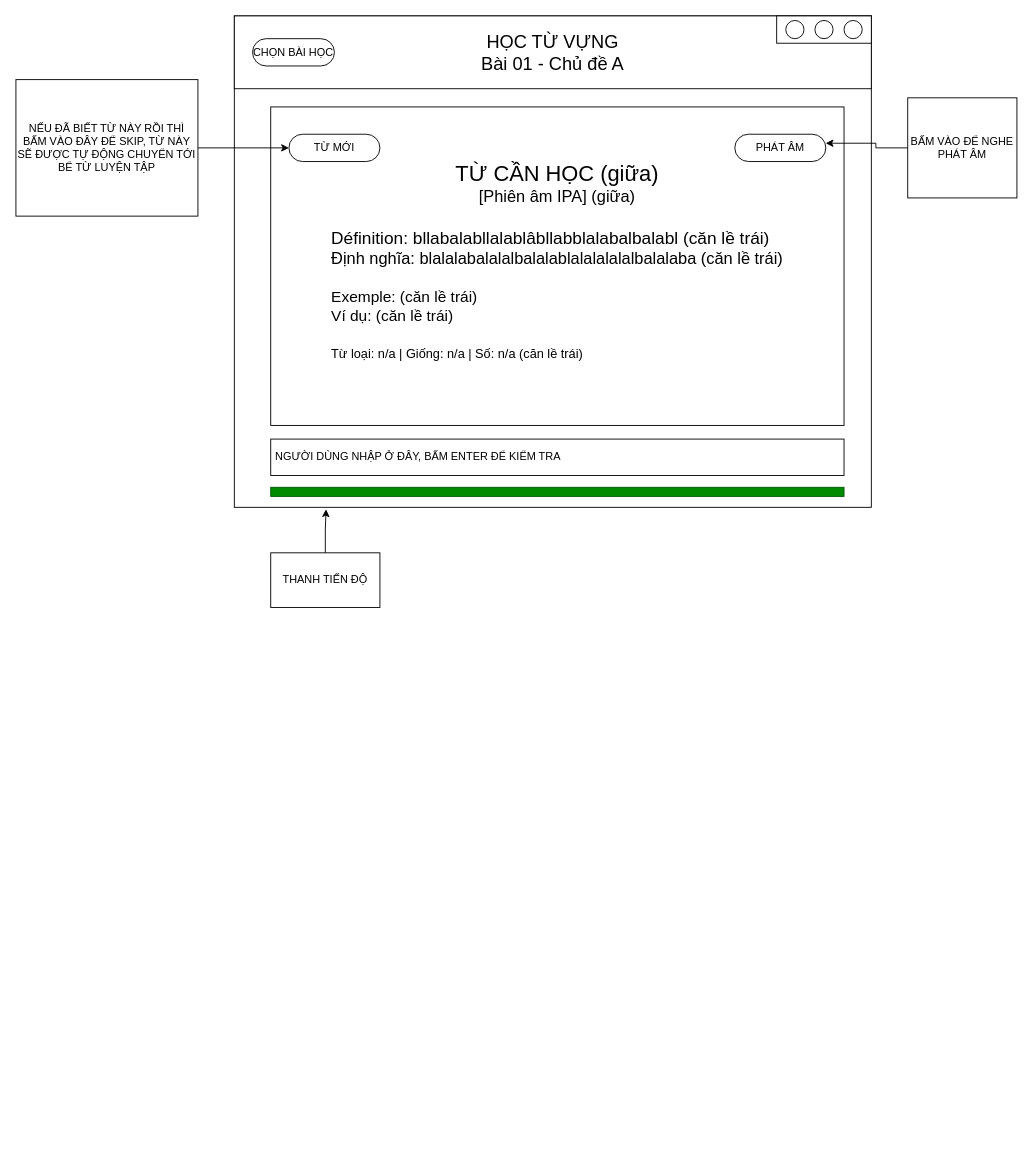
Earlier version of the draw.io diagram page "Học từ vựng (3)" (12 of 17) of GUI.drawio (Tran-Long-Vu/AppVocabFR). Source tidied: cells renumbered, new cells numbered last; positions are measured from the earlier drawing's top-left corner, leaving out a move shared by most shapes. Both pictures are drawn from the tidied source at 91%, with x=0, y=0 at pixel (15, 15).
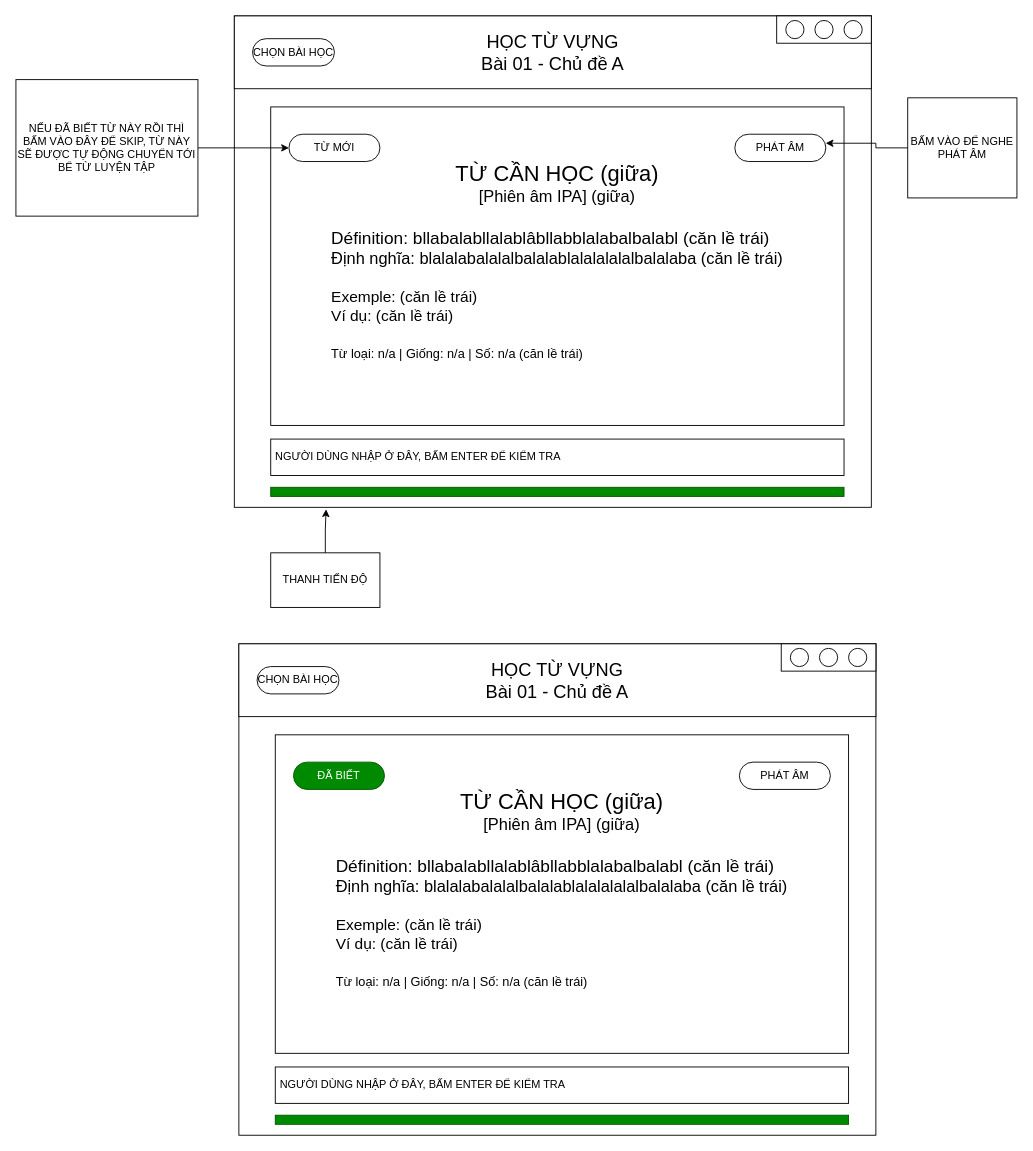
After the change.

Change to the diagram source:
```diff
@@
+    <mxCell id="22" style="rounded=0;whiteSpace=wrap;html=1;" parent="1" vertex="1">
+      <mxGeometry x="245" y="690" width="700" height="540" as="geometry" />
+    </mxCell>
+    <mxCell id="23" value="&lt;font style=&quot;font-size: 20px;&quot;&gt;HỌC TỪ VỰNG&lt;/font&gt;&lt;div&gt;&lt;font style=&quot;font-size: 20px;&quot;&gt;Bài 01 - Chủ đề A&lt;/font&gt;&lt;/div&gt;" style="rounded=0;whiteSpace=wrap;html=1;" parent="1" vertex="1">
+      <mxGeometry x="245" y="690" width="700" height="80" as="geometry" />
+    </mxCell>
+    <mxCell id="24" value="&lt;div&gt;&lt;font style=&quot;font-size: 16px;&quot;&gt;&lt;br&gt;&lt;/font&gt;&lt;/div&gt;&lt;font style=&quot;&quot;&gt;&lt;div style=&quot;font-size: 16px;&quot;&gt;&lt;font style=&quot;font-size: 16px;&quot;&gt;&lt;br&gt;&lt;/font&gt;&lt;/div&gt;&lt;font style=&quot;&quot;&gt;&lt;div style=&quot;&quot;&gt;&lt;br&gt;&lt;/div&gt;&lt;div style=&quot;&quot;&gt;&lt;span style=&quot;background-color: transparent; color: light-dark(rgb(0, 0, 0), rgb(255, 255, 255));&quot;&gt;&lt;font style=&quot;font-size: 24px;&quot;&gt;TỪ CẦN HỌC (giữa)&lt;/font&gt;&lt;/span&gt;&lt;/div&gt;&lt;/font&gt;&lt;/font&gt;&lt;div style=&quot;&quot;&gt;&lt;font style=&quot;&quot;&gt;&lt;font style=&quot;font-size: 18px;&quot;&gt;[Phiên âm IPA] (giữa)&lt;/font&gt;&lt;/font&gt;&lt;/div&gt;&lt;div style=&quot;&quot;&gt;&lt;font style=&quot;&quot;&gt;&lt;font style=&quot;font-size: 20px;&quot;&gt;&lt;br&gt;&lt;/font&gt;&lt;/font&gt;&lt;/div&gt;&lt;div style=&quot;text-align: left;&quot;&gt;&lt;font style=&quot;&quot;&gt;&lt;font style=&quot;font-size: 19px;&quot;&gt;Définition: bllabalabllalablâbllabblalabalbalabl (căn lề trái)&lt;/font&gt;&lt;/font&gt;&lt;/div&gt;&lt;div style=&quot;&quot;&gt;&lt;font style=&quot;font-size: 18px;&quot;&gt;Định nghĩa: blalalabalalalbalalablalalalalalbalalaba (căn lề trái)&lt;/font&gt;&lt;/div&gt;&lt;div style=&quot;&quot;&gt;&lt;font style=&quot;font-size: 18px;&quot;&gt;&lt;br&gt;&lt;/font&gt;&lt;/div&gt;&lt;div style=&quot;text-align: left;&quot;&gt;&lt;font style=&quot;font-size: 17px;&quot;&gt;Exemple: (căn lề trái)&lt;/font&gt;&lt;/div&gt;&lt;div style=&quot;text-align: left;&quot;&gt;&lt;font style=&quot;font-size: 17px;&quot;&gt;Ví dụ: (căn lề trái)&lt;/font&gt;&lt;/div&gt;&lt;div style=&quot;text-align: left;&quot;&gt;&lt;span style=&quot;font-size: 18px;&quot;&gt;&lt;br&gt;&lt;/span&gt;&lt;/div&gt;&lt;div style=&quot;text-align: left;&quot;&gt;&lt;font style=&quot;font-size: 14px;&quot;&gt;Từ loại: n/a | Giống: n/a | Số: n/a (căn lề trái)&lt;/font&gt;&lt;/div&gt;" style="rounded=0;whiteSpace=wrap;html=1;verticalAlign=top;align=center;" parent="1" vertex="1">
+      <mxGeometry x="285" y="790" width="630" height="350" as="geometry" />
+    </mxCell>
+    <mxCell id="25" style="group;" parent="1" vertex="1">
+      <mxGeometry x="841" y="690" width="104" height="30" as="geometry" />
+    </mxCell>
+    <mxCell id="26" style="group;" parent="25" vertex="1">
+      <mxGeometry width="104" height="30" as="geometry" />
+    </mxCell>
+    <mxCell id="27" style="rounded=0;whiteSpace=wrap;html=1;" parent="26" vertex="1">
+      <mxGeometry width="104" height="30" as="geometry" />
+    </mxCell>
+    <mxCell id="28" style="ellipse;whiteSpace=wrap;html=1;" parent="26" vertex="1">
+      <mxGeometry x="10" y="5" width="20" height="20" as="geometry" />
+    </mxCell>
+    <mxCell id="29" style="ellipse;whiteSpace=wrap;html=1;" parent="26" vertex="1">
+      <mxGeometry x="42" y="5" width="20" height="20" as="geometry" />
+    </mxCell>
+    <mxCell id="30" style="ellipse;whiteSpace=wrap;html=1;" parent="26" vertex="1">
+      <mxGeometry x="74" y="5" width="20" height="20" as="geometry" />
+    </mxCell>
+    <mxCell id="31" value="CHỌN BÀI HỌC" style="rounded=1;whiteSpace=wrap;html=1;arcSize=50;" parent="1" vertex="1">
+      <mxGeometry x="265" y="715" width="90" height="30" as="geometry" />
+    </mxCell>
+    <mxCell id="32" value="&amp;nbsp;NGƯỜI DÙNG NHẬP Ở ĐÂY, BẤM ENTER ĐỂ KIỂM TRA" style="rounded=0;whiteSpace=wrap;html=1;align=left;" parent="1" vertex="1">
+      <mxGeometry x="285" y="1155" width="630" height="40" as="geometry" />
+    </mxCell>
+    <mxCell id="33" style="rounded=0;whiteSpace=wrap;html=1;fillColor=#008a00;fontColor=#ffffff;strokeColor=#005700;" parent="1" vertex="1">
+      <mxGeometry x="285" y="1208" width="630" height="10" as="geometry" />
+    </mxCell>
+    <mxCell id="34" value="PHÁT ÂM" style="rounded=1;whiteSpace=wrap;html=1;arcSize=50;" parent="1" vertex="1">
+      <mxGeometry x="795" y="820" width="100" height="30" as="geometry" />
+    </mxCell>
+    <mxCell id="35" value="ĐÃ BIẾT" style="rounded=1;whiteSpace=wrap;html=1;arcSize=50;fillColor=#008a00;fontColor=#ffffff;strokeColor=#005700;" parent="1" vertex="1">
+      <mxGeometry x="305" y="820" width="100" height="30" as="geometry" />
+    </mxCell>
```
